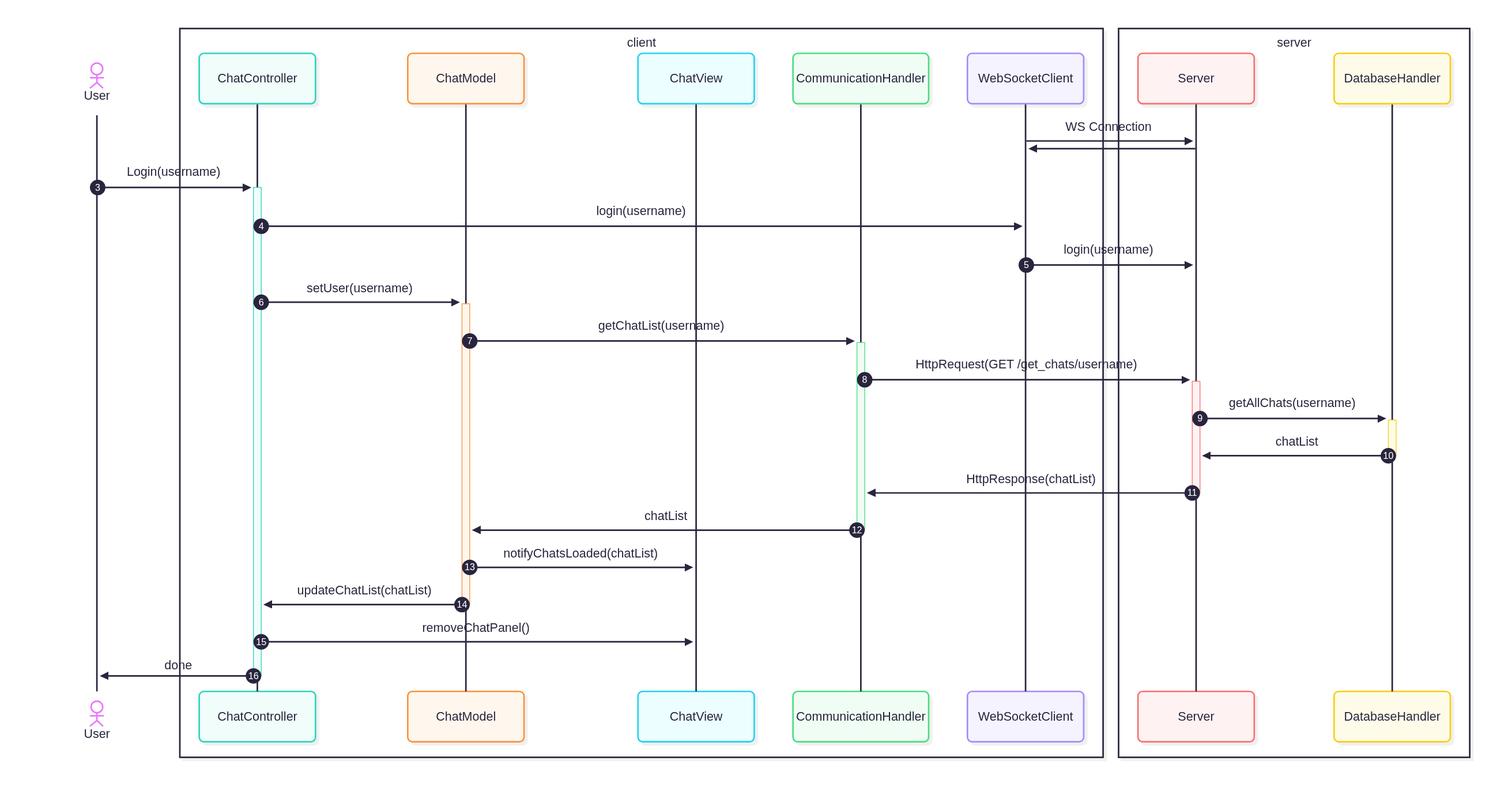
This is SeqLogin.png from Anaemix/OOA_grupp9, a Mermaid export, as it was before one commit. Its source is kept beside it as SeqLogin.mmd. Its diagram source:
```mermaid
sequenceDiagram
    Actor U as User
    box client
        Participant C as ChatController
        Participant M as ChatModel
        Participant V as ChatView
        Participant Com as CommunicationHandler
        Participant web as WebSocketClient
    end
    box server
        Participant S as Server
        Participant DB as DatabaseHandler
    end
    web->>S: WS Connection
    S->>web:
    autonumber
    U->>+C: Login(username)
        C->>web: login(username)
        web->>S: login(username)
        C->>+M: setUser(username)
            M->>+Com: getChatList(username)
                Com->>+S: HttpRequest(GET /get_chats/username)
                    S->>+DB: getAllChats(username)
                    DB->>-S: chatList
                S->>-Com: HttpResponse(chatList)
            Com->>-M: chatList
            M->>V: notifyChatsLoaded(chatList)
        M->>-C: updateChatList(chatList)
        C->>V: removeChatPanel()
    C->>-U: done
```
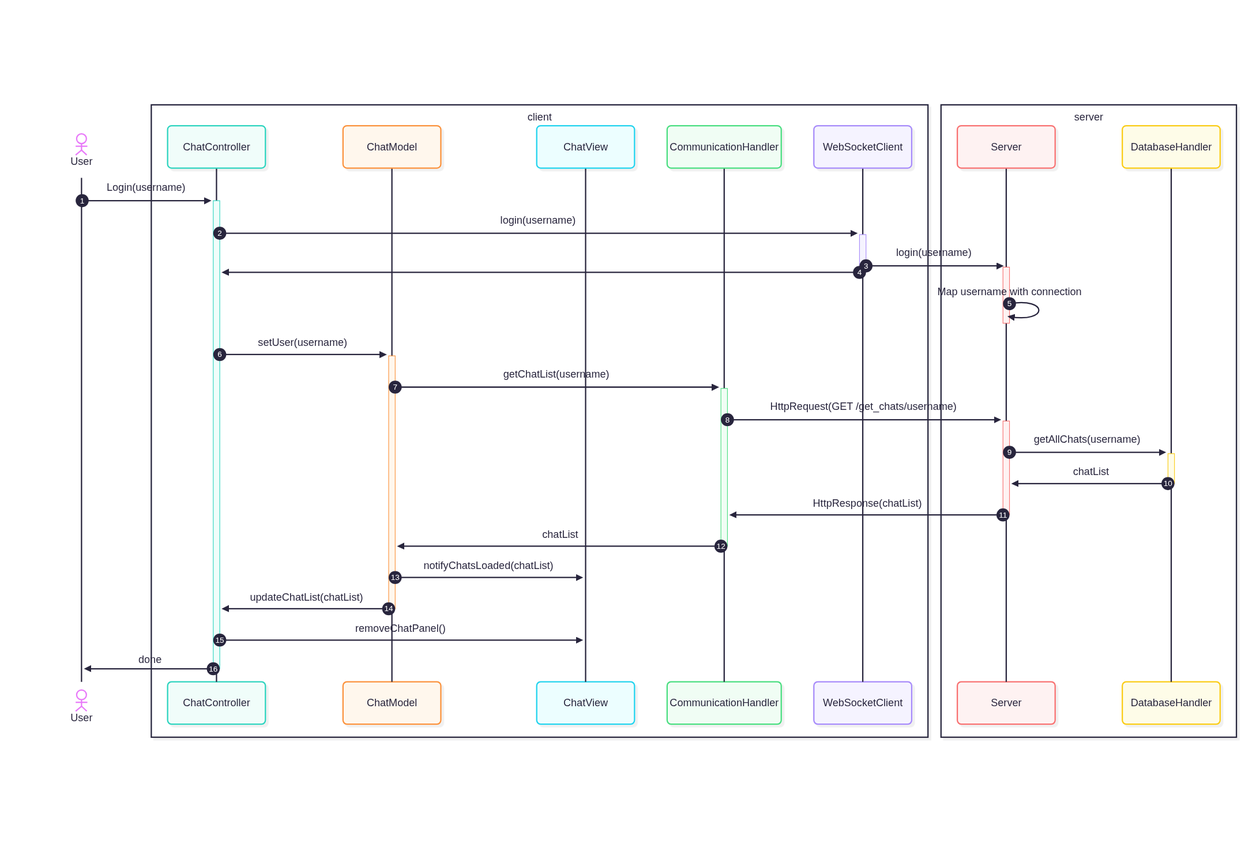
The same file after the commit.

Change to the diagram source:
```diff
@@ -11,12 +11,16 @@
         Participant S as Server
         Participant DB as DatabaseHandler
     end
-    web->>S: WS Connection
-    S->>web:
+    #web->>S: WS Connection
+    #S->>web:
     autonumber
     U->>+C: Login(username)
-        C->>web: login(username)
-        web->>S: login(username)
+        C->>+web: login(username)
+            web->>S: login(username)
+            activate S
+        web->>-C:
+                S->>S: Map username with connection
+                deactivate S
         C->>+M: setUser(username)
             M->>+Com: getChatList(username)
                 Com->>+S: HttpRequest(GET /get_chats/username)
```
